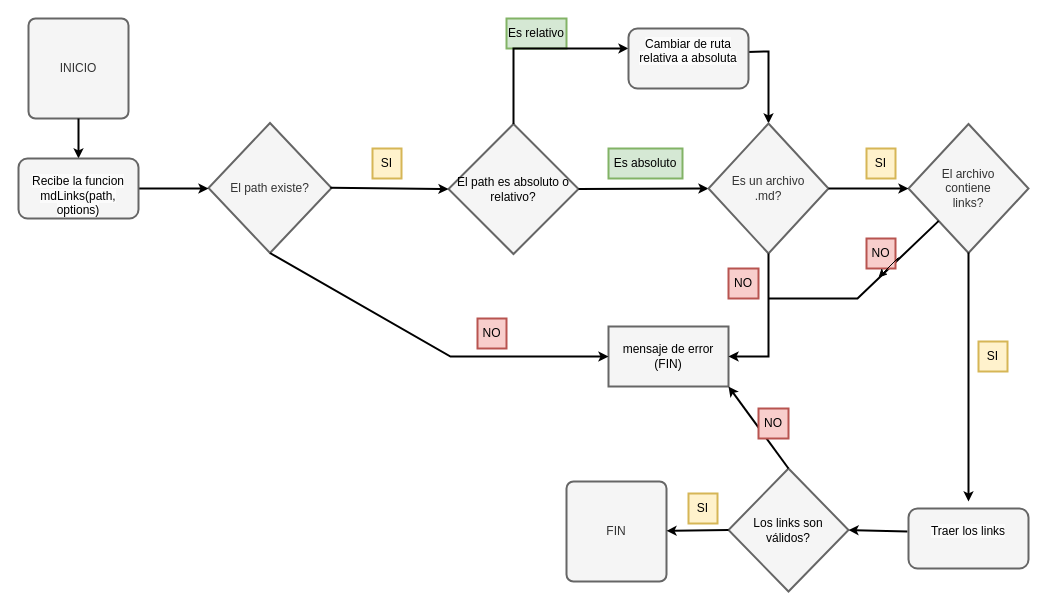
Earlier version of the draw.io diagram Diagrama sin título.drawio (Laboratoria/DEV002-md-links). Source tidied: cells renumbered, new cells numbered last; positions are measured from the earlier drawing's top-left corner, leaving out a move shared by most shapes. Both pictures are drawn from the tidied source at 100%, with x=0, y=0 at pixel (18, 18).
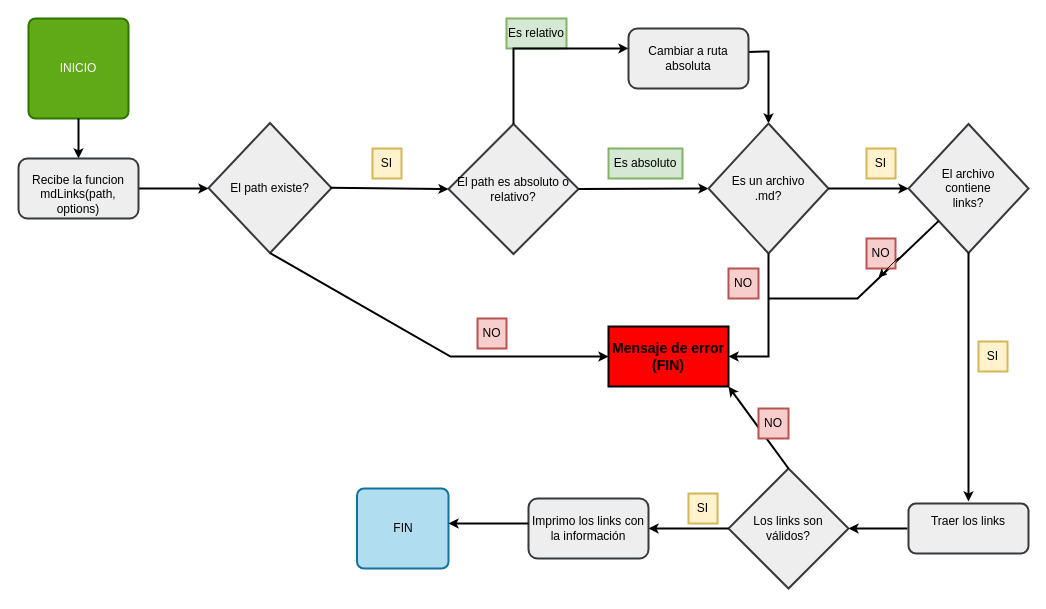
Above is the later version.

Change to the diagram source:
```diff
@@
-    <mxCell id="2" value="INICIO" style="rounded=1;whiteSpace=wrap;html=1;absoluteArcSize=1;arcSize=14;strokeWidth=2;fillColor=#f5f5f5;fontColor=#333333;strokeColor=#666666;" parent="1" vertex="1">
+    <mxCell id="2" value="INICIO" style="rounded=1;whiteSpace=wrap;html=1;absoluteArcSize=1;arcSize=14;strokeWidth=2;fillColor=#60a917;fontColor=#ffffff;strokeColor=#2D7600;" parent="1" vertex="1">
       <mxGeometry x="10" width="100" height="100" as="geometry" />
     </mxCell>
-    <mxCell id="3" value="&lt;div&gt;&lt;font color=&quot;#000000&quot;&gt;El path es absoluto o relativo?&lt;/font&gt;&lt;/div&gt;" style="strokeWidth=2;html=1;shape=mxgraph.flowchart.decision;whiteSpace=wrap;fillColor=#f5f5f5;fontColor=#333333;strokeColor=#666666;" parent="1" vertex="1">
+    <mxCell id="3" value="&lt;div&gt;&lt;font color=&quot;#000000&quot;&gt;El path es absoluto o relativo?&lt;/font&gt;&lt;/div&gt;" style="strokeWidth=2;html=1;shape=mxgraph.flowchart.decision;whiteSpace=wrap;fillColor=#eeeeee;strokeColor=#36393d;" parent="1" vertex="1">
       <mxGeometry x="430" y="105.5" width="130" height="130" as="geometry" />
     </mxCell>
-    <mxCell id="4" value="&lt;div&gt;El path existe?&lt;/div&gt;" style="strokeWidth=2;html=1;shape=mxgraph.flowchart.decision;whiteSpace=wrap;fillColor=#f5f5f5;fontColor=#333333;strokeColor=#666666;" parent="1" vertex="1">
+    <mxCell id="4" value="&lt;div&gt;El path existe?&lt;/div&gt;" style="strokeWidth=2;html=1;shape=mxgraph.flowchart.decision;whiteSpace=wrap;fillColor=#eeeeee;strokeColor=#36393d;labelBackgroundColor=none;" parent="1" vertex="1">
       <mxGeometry x="190" y="104.5" width="123" height="130" as="geometry" />
     </mxCell>
-    <mxCell id="5" value="FIN" style="rounded=1;whiteSpace=wrap;html=1;absoluteArcSize=1;arcSize=14;strokeWidth=2;fillColor=#f5f5f5;fontColor=#333333;strokeColor=#666666;" parent="1" vertex="1">
-      <mxGeometry x="548" y="463" width="100" height="100" as="geometry" />
+    <mxCell id="5" value="FIN" style="rounded=1;whiteSpace=wrap;html=1;absoluteArcSize=1;arcSize=14;strokeWidth=2;fillColor=#b1ddf0;strokeColor=#10739e;" parent="1" vertex="1">
+      <mxGeometry x="338.5" y="470" width="91.5" height="80" as="geometry" />
     </mxCell>
@@
-    <mxCell id="11" value="&lt;div&gt;Es un archivo&lt;/div&gt;&lt;div&gt;.md?&lt;br&gt;&lt;/div&gt;" style="strokeWidth=2;html=1;shape=mxgraph.flowchart.decision;whiteSpace=wrap;fillColor=#f5f5f5;fontColor=#333333;strokeColor=#666666;" parent="1" vertex="1">
+    <mxCell id="11" value="&lt;div&gt;Es un archivo&lt;/div&gt;&lt;div&gt;.md?&lt;br&gt;&lt;/div&gt;" style="strokeWidth=2;html=1;shape=mxgraph.flowchart.decision;whiteSpace=wrap;fillColor=#eeeeee;strokeColor=#36393d;" parent="1" vertex="1">
       <mxGeometry x="690" y="105" width="120" height="130" as="geometry" />
     </mxCell>
-    <mxCell id="12" value="&lt;div&gt;El archivo&lt;/div&gt;&lt;div&gt;contiene&lt;/div&gt;&lt;div&gt;links?&lt;br&gt;&lt;/div&gt;" style="strokeWidth=2;html=1;shape=mxgraph.flowchart.decision;whiteSpace=wrap;fillColor=#f5f5f5;fontColor=#333333;strokeColor=#666666;" parent="1" vertex="1">
+    <mxCell id="12" value="&lt;div&gt;El archivo&lt;/div&gt;&lt;div&gt;contiene&lt;/div&gt;&lt;div&gt;links?&lt;br&gt;&lt;/div&gt;" style="strokeWidth=2;html=1;shape=mxgraph.flowchart.decision;whiteSpace=wrap;fillColor=#eeeeee;strokeColor=#36393d;" parent="1" vertex="1">
       <mxGeometry x="890" y="105.5" width="120" height="129" as="geometry" />
     </mxCell>
-    <mxCell id="13" value="&lt;div&gt;&lt;font color=&quot;#000000&quot;&gt;mensaje de error&lt;/font&gt;&lt;/div&gt;&lt;div&gt;&lt;font color=&quot;#000000&quot;&gt;(FIN)&lt;/font&gt;&lt;br&gt;&lt;/div&gt;" style="rounded=0;whiteSpace=wrap;html=1;strokeColor=#666666;strokeWidth=2;fillColor=#f5f5f5;fontColor=#333333;" parent="1" vertex="1">
+    <mxCell id="13" value="&lt;div style=&quot;font-size: 14px;&quot;&gt;&lt;font style=&quot;font-size: 14px;&quot; color=&quot;#000000&quot;&gt;&lt;b style=&quot;&quot;&gt;Mensaje de error&lt;/b&gt;&lt;/font&gt;&lt;/div&gt;&lt;div style=&quot;font-size: 14px;&quot;&gt;&lt;font style=&quot;font-size: 14px;&quot; color=&quot;#000000&quot;&gt;&lt;b style=&quot;&quot;&gt;(FIN)&lt;/b&gt;&lt;/font&gt;&lt;br&gt;&lt;/div&gt;" style="rounded=0;whiteSpace=wrap;html=1;strokeColor=#000000;strokeWidth=2;fillColor=#FF0000;" parent="1" vertex="1">
       <mxGeometry x="590" y="308" width="120" height="60" as="geometry" />
     </mxCell>
-    <mxCell id="14" value="&lt;div&gt;&lt;font color=&quot;#000000&quot;&gt;Los links son&lt;br&gt;&lt;/font&gt;&lt;/div&gt;&lt;div&gt;&lt;font color=&quot;#000000&quot;&gt;válidos?&lt;/font&gt;&lt;/div&gt;" style="strokeWidth=2;html=1;shape=mxgraph.flowchart.decision;whiteSpace=wrap;fillColor=#f5f5f5;fontColor=#333333;strokeColor=#666666;" parent="1" vertex="1">
-      <mxGeometry x="710" y="450" width="120" height="123" as="geometry" />
+    <mxCell id="14" value="&lt;div&gt;&lt;font color=&quot;#000000&quot;&gt;Los links son&lt;br&gt;&lt;/font&gt;&lt;/div&gt;&lt;div&gt;&lt;font color=&quot;#000000&quot;&gt;válidos?&lt;/font&gt;&lt;/div&gt;" style="strokeWidth=2;html=1;shape=mxgraph.flowchart.decision;whiteSpace=wrap;fillColor=#eeeeee;strokeColor=#36393d;" parent="1" vertex="1">
+      <mxGeometry x="710" y="450" width="120" height="120" as="geometry" />
     </mxCell>
@@
     <mxCell id="20" style="endArrow=classic;html=1;rounded=0;strokeWidth=2;endSize=4;entryX=1;entryY=0.5;entryDx=0;entryDy=0;entryPerimeter=0;" parent="1" edge="1" target="14">
       <mxGeometry relative="1" as="geometry">
-        <mxPoint x="889" y="513" as="sourcePoint" />
+        <mxPoint x="889" y="510" as="sourcePoint" />
       </mxGeometry>
     </mxCell>
-    <mxCell id="21" style="endArrow=classic;html=1;rounded=0;strokeWidth=2;endSize=4;exitX=0;exitY=0.5;exitDx=0;exitDy=0;exitPerimeter=0;" parent="1" edge="1" source="14" target="5">
+    <mxCell id="21" style="endArrow=classic;html=1;rounded=0;strokeWidth=2;endSize=4;exitX=0;exitY=0.5;exitDx=0;exitDy=0;exitPerimeter=0;" parent="1" edge="1" source="14" target="38">
       <mxGeometry relative="1" as="geometry" />
     </mxCell>
@@
-    <mxCell id="32" value="&lt;br&gt;&lt;span style=&quot;color: rgb(0, 0, 0); font-family: Helvetica; font-size: 12px; font-style: normal; font-variant-ligatures: normal; font-variant-caps: normal; font-weight: 400; letter-spacing: normal; orphans: 2; text-indent: 0px; text-transform: none; widows: 2; word-spacing: 0px; -webkit-text-stroke-width: 0px; background-color: rgb(251, 251, 251); text-decoration-thickness: initial; text-decoration-style: initial; text-decoration-color: initial; float: none; display: inline !important;&quot;&gt;Recibe la funcion mdLinks(path, options)&lt;/span&gt;&lt;br&gt;" style="rounded=1;whiteSpace=wrap;html=1;fillColor=#f5f5f5;fontColor=#333333;strokeColor=#666666;strokeWidth=2;align=center;" parent="1" vertex="1">
+    <mxCell id="32" value="&lt;br&gt;&lt;span style=&quot;color: rgb(0, 0, 0); font-family: Helvetica; font-size: 12px; font-style: normal; font-variant-ligatures: normal; font-variant-caps: normal; font-weight: 400; letter-spacing: normal; orphans: 2; text-indent: 0px; text-transform: none; widows: 2; word-spacing: 0px; -webkit-text-stroke-width: 0px; text-decoration-thickness: initial; text-decoration-style: initial; text-decoration-color: initial; float: none; display: inline !important;&quot;&gt;Recibe la funcion mdLinks(path, options)&lt;/span&gt;&lt;br&gt;" style="rounded=1;whiteSpace=wrap;html=1;strokeWidth=2;align=center;fillColor=#eeeeee;strokeColor=#36393d;verticalAlign=bottom;labelBackgroundColor=none;" parent="1" vertex="1">
       <mxGeometry y="140" width="120" height="60" as="geometry" />
     </mxCell>
-    <mxCell id="33" value="&#10;&lt;span style=&quot;color: rgb(0, 0, 0); font-family: Helvetica; font-size: 12px; font-style: normal; font-variant-ligatures: normal; font-variant-caps: normal; font-weight: 400; letter-spacing: normal; orphans: 2; text-align: center; text-indent: 0px; text-transform: none; widows: 2; word-spacing: 0px; -webkit-text-stroke-width: 0px; background-color: rgb(251, 251, 251); text-decoration-thickness: initial; text-decoration-style: initial; text-decoration-color: initial; float: none; display: inline !important;&quot;&gt;Cambiar de ruta relativa a absoluta&lt;/span&gt;&#10;&#10;" style="rounded=1;whiteSpace=wrap;html=1;strokeColor=#666666;strokeWidth=2;fillColor=#f5f5f5;fontColor=#333333;" parent="1" vertex="1">
+    <mxCell id="33" value="Cambiar a ruta absoluta" style="rounded=1;whiteSpace=wrap;html=1;strokeColor=#36393d;strokeWidth=2;fillColor=#eeeeee;" parent="1" vertex="1">
       <mxGeometry x="610" y="10" width="120" height="60" as="geometry" />
     </mxCell>
-    <mxCell id="34" value="&#10;&lt;span style=&quot;color: rgb(0, 0, 0); font-family: Helvetica; font-size: 12px; font-style: normal; font-variant-ligatures: normal; font-variant-caps: normal; font-weight: 400; letter-spacing: normal; orphans: 2; text-align: center; text-indent: 0px; text-transform: none; widows: 2; word-spacing: 0px; -webkit-text-stroke-width: 0px; background-color: rgb(251, 251, 251); text-decoration-thickness: initial; text-decoration-style: initial; text-decoration-color: initial; float: none; display: inline !important;&quot;&gt;Traer los links&lt;/span&gt;&#10;&#10;" style="rounded=1;whiteSpace=wrap;html=1;strokeColor=#666666;strokeWidth=2;fillColor=#f5f5f5;fontColor=#333333;" parent="1" vertex="1">
-      <mxGeometry x="890" y="490" width="120" height="60" as="geometry" />
+    <mxCell id="34" value="&#10;&lt;span style=&quot;color: rgb(0, 0, 0); font-family: Helvetica; font-size: 12px; font-style: normal; font-variant-ligatures: normal; font-variant-caps: normal; font-weight: 400; letter-spacing: normal; orphans: 2; text-align: center; text-indent: 0px; text-transform: none; widows: 2; word-spacing: 0px; -webkit-text-stroke-width: 0px; text-decoration-thickness: initial; text-decoration-style: initial; text-decoration-color: initial; float: none; display: inline !important;&quot;&gt;Traer los links&lt;/span&gt;&#10;&#10;" style="rounded=1;whiteSpace=wrap;html=1;strokeColor=#36393d;strokeWidth=2;fillColor=#eeeeee;labelBackgroundColor=none;verticalAlign=middle;" parent="1" vertex="1">
+      <mxGeometry x="890" y="485" width="120" height="50" as="geometry" />
     </mxCell>
@@
+    <mxCell id="38" value="Imprimo los links con la información" style="rounded=1;whiteSpace=wrap;html=1;labelBackgroundColor=none;strokeColor=#36393d;strokeWidth=2;fontSize=12;fillColor=#eeeeee;" parent="1" vertex="1">
+      <mxGeometry x="510" y="480" width="120" height="60" as="geometry" />
+    </mxCell>
+    <mxCell id="39" style="endArrow=classic;html=1;rounded=0;strokeWidth=2;endSize=4;exitX=0;exitY=0.5;exitDx=0;exitDy=0;exitPerimeter=0;" parent="1" edge="1">
+      <mxGeometry relative="1" as="geometry">
+        <mxPoint x="510" y="505" as="sourcePoint" />
+        <mxPoint x="430" y="505" as="targetPoint" />
+      </mxGeometry>
+    </mxCell>
```
